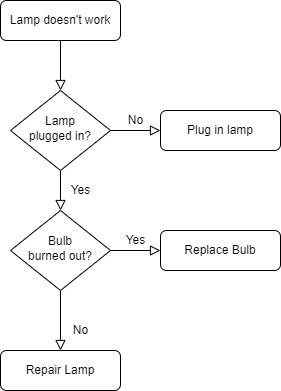
Before: draw.io/OneFlow/zh_clean_OP_flowchart.png, a diagram exported from draw.io (LanXiu-0523/Image_host). Source tidied: cells renumbered, new cells last; positions are measured from the earlier drawing's top-left corner, leaving out a move shared by most shapes.
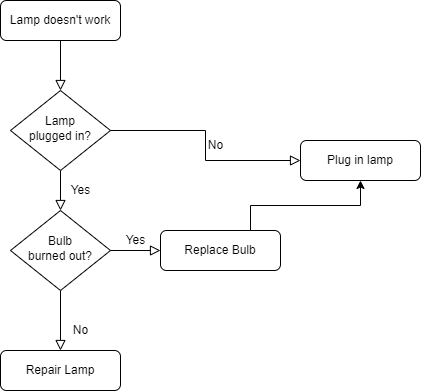
The same diagram one commit later.

Diff of the diagram source:
```diff
@@ -18,7 +18,7 @@
       <mxGeometry x="10" y="90" width="100" height="80" as="geometry" />
     </mxCell>
     <mxCell id="7" value="Plug in lamp" style="rounded=1;whiteSpace=wrap;html=1;fontSize=12;glass=0;strokeWidth=1;shadow=0;" parent="1" vertex="1">
-      <mxGeometry x="160" y="110" width="120" height="40" as="geometry" />
+      <mxGeometry x="300" y="140" width="120" height="40" as="geometry" />
     </mxCell>
     <mxCell id="8" value="No" style="rounded=0;html=1;jettySize=auto;fontSize=11;endArrow=block;endFill=0;endSize=8;strokeWidth=1;shadow=0;labelBackgroundColor=none;edgeStyle=orthogonalEdgeStyle;" parent="1" edge="1" source="10" target="11">
       <mxGeometry x="0.33" y="20" relative="1" as="geometry" />
@@ -32,6 +32,9 @@
     <mxCell id="11" value="Repair Lamp" style="rounded=1;whiteSpace=wrap;html=1;fontSize=12;glass=0;strokeWidth=1;shadow=0;" parent="1" vertex="1">
       <mxGeometry y="350" width="120" height="40" as="geometry" />
     </mxCell>
+    <mxCell id="13" style="edgeStyle=orthogonalEdgeStyle;rounded=0;jettySize=auto;html=1;exitX=0.75;exitY=0;exitDx=0;exitDy=0;entryX=0.5;entryY=1;entryDx=0;entryDy=0;" parent="1" edge="1" source="12" target="7">
+      <mxGeometry relative="1" as="geometry" />
+    </mxCell>
     <mxCell id="12" value="Replace Bulb" style="rounded=1;whiteSpace=wrap;html=1;fontSize=12;glass=0;strokeWidth=1;shadow=0;" parent="1" vertex="1">
       <mxGeometry x="160" y="230" width="120" height="40" as="geometry" />
     </mxCell>
```
